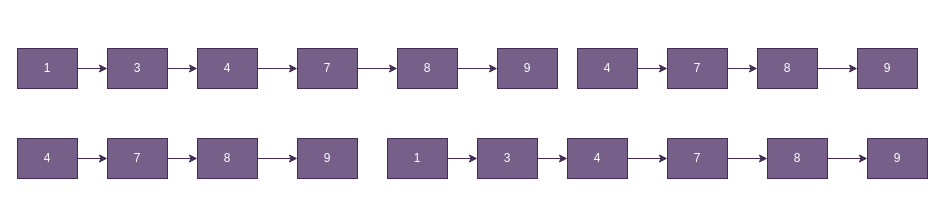
small-steps/images keeps this draw.io diagram as Untitled Diagram.drawio. Above is the earlier version. Source tidied: cells renumbered, new cells numbered last; positions are measured from the earlier drawing's top-left corner, leaving out a move shared by most shapes. Both pictures are drawn from the tidied source at 100%, with x=0, y=0 at pixel (17, 48).
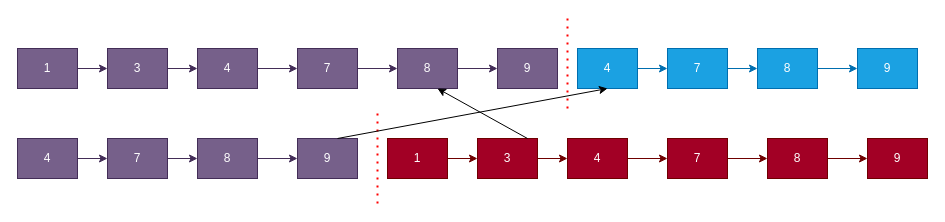
The same page after the edit.

Change to the diagram source:
```diff
@@
-    <mxCell id="20" style="edgeStyle=orthogonalEdgeStyle;rounded=0;jettySize=auto;html=1;entryX=0;entryY=0.5;entryDx=0;entryDy=0;fillColor=#76608a;strokeColor=#432D57;" parent="1" edge="1" source="21" target="23">
+    <mxCell id="20" style="edgeStyle=orthogonalEdgeStyle;rounded=0;jettySize=auto;html=1;entryX=0;entryY=0.5;entryDx=0;entryDy=0;fillColor=#a20025;strokeColor=#6F0000;" parent="1" edge="1" source="21" target="23">
       <mxGeometry relative="1" as="geometry" />
     </mxCell>
-    <mxCell id="21" value="1" style="rounded=0;whiteSpace=wrap;html=1;fillColor=#76608a;strokeColor=#432D57;fontColor=#ffffff;" parent="1" vertex="1">
+    <mxCell id="21" value="1" style="rounded=0;whiteSpace=wrap;html=1;fillColor=#a20025;strokeColor=#6F0000;fontColor=#ffffff;" parent="1" vertex="1">
       <mxGeometry x="370" y="90" width="60" height="40" as="geometry" />
     </mxCell>
-    <mxCell id="22" style="edgeStyle=orthogonalEdgeStyle;rounded=0;jettySize=auto;html=1;entryX=0;entryY=0.5;entryDx=0;entryDy=0;fillColor=#76608a;strokeColor=#432D57;" parent="1" edge="1" source="23" target="26">
+    <mxCell id="22" style="edgeStyle=orthogonalEdgeStyle;rounded=0;jettySize=auto;html=1;entryX=0;entryY=0.5;entryDx=0;entryDy=0;fillColor=#a20025;strokeColor=#6F0000;" parent="1" edge="1" source="23" target="26">
       <mxGeometry relative="1" as="geometry" />
     </mxCell>
-    <mxCell id="23" value="3" style="rounded=0;whiteSpace=wrap;html=1;fillColor=#76608a;strokeColor=#432D57;fontColor=#ffffff;" parent="1" vertex="1">
+    <mxCell id="23" value="3" style="rounded=0;whiteSpace=wrap;html=1;fillColor=#a20025;strokeColor=#6F0000;fontColor=#ffffff;" parent="1" vertex="1">
       <mxGeometry x="460" y="90" width="60" height="40" as="geometry" />
     </mxCell>
-    <mxCell id="24" value="9" style="rounded=0;whiteSpace=wrap;html=1;fillColor=#76608a;strokeColor=#432D57;fontColor=#ffffff;" parent="1" vertex="1">
+    <mxCell id="24" value="9" style="rounded=0;whiteSpace=wrap;html=1;fillColor=#a20025;strokeColor=#6F0000;fontColor=#ffffff;" parent="1" vertex="1">
       <mxGeometry x="850" y="90" width="60" height="40" as="geometry" />
     </mxCell>
-    <mxCell id="25" style="edgeStyle=orthogonalEdgeStyle;rounded=0;jettySize=auto;html=1;entryX=0;entryY=0.5;entryDx=0;entryDy=0;fillColor=#76608a;strokeColor=#432D57;" parent="1" edge="1" source="26" target="28">
+    <mxCell id="25" style="edgeStyle=orthogonalEdgeStyle;rounded=0;jettySize=auto;html=1;entryX=0;entryY=0.5;entryDx=0;entryDy=0;fillColor=#a20025;strokeColor=#6F0000;" parent="1" edge="1" source="26" target="28">
       <mxGeometry relative="1" as="geometry" />
     </mxCell>
-    <mxCell id="26" value="4" style="rounded=0;whiteSpace=wrap;html=1;fillColor=#76608a;strokeColor=#432D57;fontColor=#ffffff;" parent="1" vertex="1">
+    <mxCell id="26" value="4" style="rounded=0;whiteSpace=wrap;html=1;fillColor=#a20025;strokeColor=#6F0000;fontColor=#ffffff;" parent="1" vertex="1">
       <mxGeometry x="550" y="90" width="60" height="40" as="geometry" />
     </mxCell>
-    <mxCell id="27" style="edgeStyle=orthogonalEdgeStyle;rounded=0;jettySize=auto;html=1;exitX=1;exitY=0.5;exitDx=0;exitDy=0;entryX=0;entryY=0.5;entryDx=0;entryDy=0;fillColor=#76608a;strokeColor=#432D57;" parent="1" edge="1" source="28" target="30">
+    <mxCell id="27" style="edgeStyle=orthogonalEdgeStyle;rounded=0;jettySize=auto;html=1;exitX=1;exitY=0.5;exitDx=0;exitDy=0;entryX=0;entryY=0.5;entryDx=0;entryDy=0;fillColor=#a20025;strokeColor=#6F0000;" parent="1" edge="1" source="28" target="30">
       <mxGeometry relative="1" as="geometry" />
     </mxCell>
-    <mxCell id="28" value="7" style="rounded=0;whiteSpace=wrap;html=1;fillColor=#76608a;strokeColor=#432D57;fontColor=#ffffff;" parent="1" vertex="1">
+    <mxCell id="28" value="7" style="rounded=0;whiteSpace=wrap;html=1;fillColor=#a20025;strokeColor=#6F0000;fontColor=#ffffff;" parent="1" vertex="1">
       <mxGeometry x="650" y="90" width="60" height="40" as="geometry" />
     </mxCell>
-    <mxCell id="29" style="edgeStyle=orthogonalEdgeStyle;rounded=0;jettySize=auto;html=1;exitX=1;exitY=0.5;exitDx=0;exitDy=0;entryX=0;entryY=0.5;entryDx=0;entryDy=0;fillColor=#76608a;strokeColor=#432D57;" parent="1" edge="1" source="30" target="24">
+    <mxCell id="29" style="edgeStyle=orthogonalEdgeStyle;rounded=0;jettySize=auto;html=1;exitX=1;exitY=0.5;exitDx=0;exitDy=0;entryX=0;entryY=0.5;entryDx=0;entryDy=0;fillColor=#a20025;strokeColor=#6F0000;" parent="1" edge="1" source="30" target="24">
       <mxGeometry relative="1" as="geometry" />
     </mxCell>
-    <mxCell id="30" value="8" style="rounded=0;whiteSpace=wrap;html=1;fillColor=#76608a;strokeColor=#432D57;fontColor=#ffffff;" parent="1" vertex="1">
+    <mxCell id="30" value="8" style="rounded=0;whiteSpace=wrap;html=1;fillColor=#a20025;strokeColor=#6F0000;fontColor=#ffffff;" parent="1" vertex="1">
       <mxGeometry x="750" y="90" width="60" height="40" as="geometry" />
     </mxCell>
-    <mxCell id="31" style="edgeStyle=orthogonalEdgeStyle;rounded=0;jettySize=auto;html=1;entryX=0;entryY=0.5;entryDx=0;entryDy=0;fillColor=#76608a;strokeColor=#432D57;" parent="1" edge="1" source="32" target="34">
+    <mxCell id="31" style="edgeStyle=orthogonalEdgeStyle;rounded=0;jettySize=auto;html=1;entryX=0;entryY=0.5;entryDx=0;entryDy=0;fillColor=#1ba1e2;strokeColor=#006EAF;" parent="1" edge="1" source="32" target="34">
       <mxGeometry relative="1" as="geometry" />
     </mxCell>
-    <mxCell id="32" value="4" style="rounded=0;whiteSpace=wrap;html=1;fillColor=#76608a;strokeColor=#432D57;fontColor=#ffffff;" parent="1" vertex="1">
+    <mxCell id="32" value="4" style="rounded=0;whiteSpace=wrap;html=1;fillColor=#1ba1e2;strokeColor=#006EAF;fontColor=#ffffff;" parent="1" vertex="1">
       <mxGeometry x="560" width="60" height="40" as="geometry" />
     </mxCell>
-    <mxCell id="33" style="edgeStyle=orthogonalEdgeStyle;rounded=0;jettySize=auto;html=1;entryX=0;entryY=0.5;entryDx=0;entryDy=0;fillColor=#76608a;strokeColor=#432D57;" parent="1" edge="1" source="34" target="36">
+    <mxCell id="33" style="edgeStyle=orthogonalEdgeStyle;rounded=0;jettySize=auto;html=1;entryX=0;entryY=0.5;entryDx=0;entryDy=0;fillColor=#1ba1e2;strokeColor=#006EAF;" parent="1" edge="1" source="34" target="36">
       <mxGeometry relative="1" as="geometry" />
     </mxCell>
-    <mxCell id="34" value="7" style="rounded=0;whiteSpace=wrap;html=1;fillColor=#76608a;strokeColor=#432D57;fontColor=#ffffff;" parent="1" vertex="1">
+    <mxCell id="34" value="7" style="rounded=0;whiteSpace=wrap;html=1;fillColor=#1ba1e2;strokeColor=#006EAF;fontColor=#ffffff;" parent="1" vertex="1">
       <mxGeometry x="650" width="60" height="40" as="geometry" />
     </mxCell>
-    <mxCell id="35" style="edgeStyle=orthogonalEdgeStyle;rounded=0;jettySize=auto;html=1;entryX=0;entryY=0.5;entryDx=0;entryDy=0;fillColor=#76608a;strokeColor=#432D57;" parent="1" edge="1" source="36" target="37">
+    <mxCell id="35" style="edgeStyle=orthogonalEdgeStyle;rounded=0;jettySize=auto;html=1;entryX=0;entryY=0.5;entryDx=0;entryDy=0;fillColor=#1ba1e2;strokeColor=#006EAF;" parent="1" edge="1" source="36" target="37">
       <mxGeometry relative="1" as="geometry" />
     </mxCell>
-    <mxCell id="36" value="8" style="rounded=0;whiteSpace=wrap;html=1;fillColor=#76608a;strokeColor=#432D57;fontColor=#ffffff;" parent="1" vertex="1">
+    <mxCell id="36" value="8" style="rounded=0;whiteSpace=wrap;html=1;fillColor=#1ba1e2;strokeColor=#006EAF;fontColor=#ffffff;" parent="1" vertex="1">
       <mxGeometry x="740" width="60" height="40" as="geometry" />
     </mxCell>
-    <mxCell id="37" value="9" style="rounded=0;whiteSpace=wrap;html=1;fillColor=#76608a;strokeColor=#432D57;fontColor=#ffffff;" parent="1" vertex="1">
+    <mxCell id="37" value="9" style="rounded=0;whiteSpace=wrap;html=1;fillColor=#1ba1e2;strokeColor=#006EAF;fontColor=#ffffff;" parent="1" vertex="1">
       <mxGeometry x="840" width="60" height="40" as="geometry" />
     </mxCell>
+    <mxCell id="38" style="endArrow=none;dashed=1;html=1;dashPattern=1 3;strokeWidth=2;strokeColor=#FF0000;" parent="1" edge="1">
+      <mxGeometry relative="1" as="geometry">
+        <mxPoint x="550" y="60" as="sourcePoint" />
+        <mxPoint x="550" y="-30" as="targetPoint" />
+      </mxGeometry>
+    </mxCell>
+    <mxCell id="39" style="endArrow=none;dashed=1;html=1;dashPattern=1 3;strokeWidth=2;strokeColor=#FF0000;" parent="1" edge="1">
+      <mxGeometry relative="1" as="geometry">
+        <mxPoint x="360" y="155" as="sourcePoint" />
+        <mxPoint x="360" y="65" as="targetPoint" />
+      </mxGeometry>
+    </mxCell>
+    <mxCell id="40" style="endArrow=classic;html=1;entryX=0.5;entryY=1;entryDx=0;entryDy=0;" parent="1" edge="1" target="32">
+      <mxGeometry relative="1" as="geometry">
+        <mxPoint x="320" y="90" as="sourcePoint" />
+      </mxGeometry>
+    </mxCell>
+    <mxCell id="41" style="endArrow=classic;html=1;" parent="1" edge="1">
+      <mxGeometry relative="1" as="geometry">
+        <mxPoint x="510" y="90" as="sourcePoint" />
+        <mxPoint x="420" y="40" as="targetPoint" />
+      </mxGeometry>
+    </mxCell>
```
